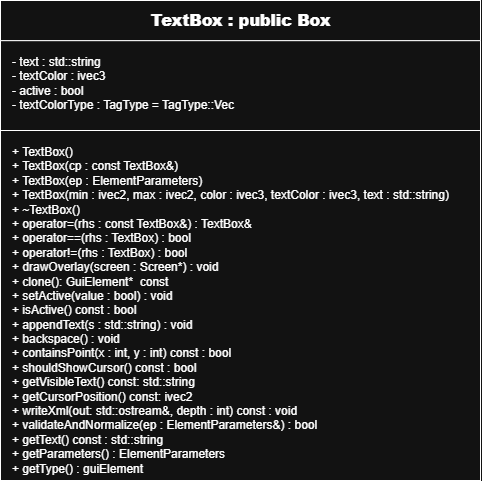
Before: images/TextBox_UML.png, a diagram exported from draw.io (cgreen2048/ArtHuddle). Source tidied: cells renumbered, new cells last; positions are measured from the earlier drawing's top-left corner, leaving out a move shared by most shapes.
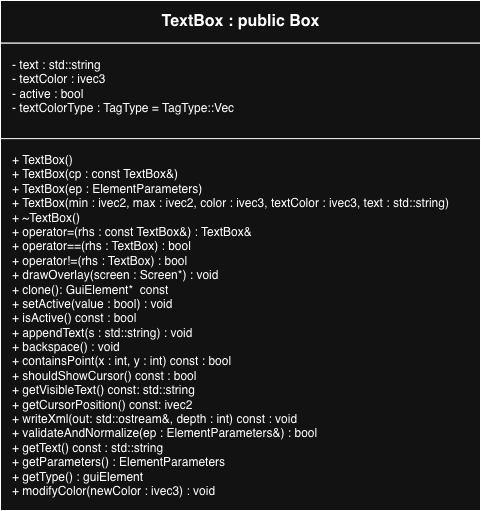
After the change.

What changed in the source:
```diff
@@ -3,16 +3,16 @@
     <mxCell id="0" />
     <mxCell id="1" parent="0" />
     <mxCell id="2" style="shape=rectangle;whiteSpace=wrap;html=1;" parent="1" vertex="1">
-      <mxGeometry width="480" height="480" as="geometry" />
+      <mxGeometry width="480" height="510" as="geometry" />
     </mxCell>
     <mxCell id="3" value="&lt;b&gt;TextBox : public Box&lt;/b&gt;" style="shape=rectangle;html=1;align=center;verticalAlign=middle;fontStyle=1;fontSize=16;" parent="2" vertex="1">
-      <mxGeometry width="480" height="40.2" as="geometry" />
+      <mxGeometry width="480" height="42.7" as="geometry" />
     </mxCell>
     <mxCell id="4" value=" - text : std::string&#10; - textColor : ivec3&#10; - active : bool&#10; - textColorType : TagType = TagType::Vec         " style="shape=rectangle;html=1;align=left;verticalAlign=top;spacingLeft=10;spacingTop=8;" parent="2" vertex="1">
-      <mxGeometry y="40.2" width="480" height="109.8" as="geometry" />
+      <mxGeometry y="42.7" width="480" height="116.7" as="geometry" />
     </mxCell>
-    <mxCell id="5" value=" + TextBox()&lt;br&gt; + TextBox(cp : const TextBox&amp;amp;)&lt;br&gt; + TextBox(ep : ElementParameters)&lt;br&gt; + TextBox(min : ivec2, max : ivec2, color : ivec3, textColor : ivec3, text : std::string)&lt;br&gt; + ~TextBox()&lt;br&gt; + operator=(rhs : const TextBox&amp;amp;) : TextBox&amp;amp;&lt;br&gt; + operator==(rhs : TextBox) : bool&lt;br&gt; + operator!=(rhs : TextBox) : bool&lt;br&gt; + drawOverlay(screen : Screen*) : void&lt;div&gt;+&amp;nbsp;&lt;span style=&quot;white-space: normal;&quot;&gt;clone(): GuiElement*&amp;nbsp; const&lt;/span&gt;&lt;br&gt; + setActive(value : bool) : void&lt;br&gt; + isActive() const : bool&lt;br&gt; + appendText(s : std::string) : void&lt;br&gt; + backspace() : void&lt;br&gt; + containsPoint(x : int, y : int) const : bool&lt;br&gt; + shouldShowCursor() const : bool&lt;br&gt; + getVisibleText() const: std::string&lt;br&gt; + getCursorPosition() const: ivec2&lt;br&gt; + writeXml(out: std::ostream&amp;amp;, depth : int) const : void&lt;br&gt; + validateAndNormalize(ep : ElementParameters&amp;amp;) : bool&lt;br&gt; + getText() const : std::string&lt;div&gt;+ getParameters() : ElementParameters&lt;/div&gt;&lt;div&gt;+ getType() : guiElement&lt;/div&gt;&lt;/div&gt;" style="shape=rectangle;html=1;align=left;verticalAlign=top;spacingLeft=10;spacingTop=8;" parent="2" vertex="1">
-      <mxGeometry y="130" width="480" height="350" as="geometry" />
+    <mxCell id="5" value=" + TextBox()&lt;br&gt; + TextBox(cp : const TextBox&amp;amp;)&lt;br&gt; + TextBox(ep : ElementParameters)&lt;br&gt; + TextBox(min : ivec2, max : ivec2, color : ivec3, textColor : ivec3, text : std::string)&lt;br&gt; + ~TextBox()&lt;br&gt; + operator=(rhs : const TextBox&amp;amp;) : TextBox&amp;amp;&lt;br&gt; + operator==(rhs : TextBox) : bool&lt;br&gt; + operator!=(rhs : TextBox) : bool&lt;br&gt; + drawOverlay(screen : Screen*) : void&lt;div&gt;+&amp;nbsp;&lt;span style=&quot;white-space: normal;&quot;&gt;clone(): GuiElement*&amp;nbsp; const&lt;/span&gt;&lt;br&gt; + setActive(value : bool) : void&lt;br&gt; + isActive() const : bool&lt;br&gt; + appendText(s : std::string) : void&lt;br&gt; + backspace() : void&lt;br&gt; + containsPoint(x : int, y : int) const : bool&lt;br&gt; + shouldShowCursor() const : bool&lt;br&gt; + getVisibleText() const: std::string&lt;br&gt; + getCursorPosition() const: ivec2&lt;br&gt; + writeXml(out: std::ostream&amp;amp;, depth : int) const : void&lt;br&gt; + validateAndNormalize(ep : ElementParameters&amp;amp;) : bool&lt;br&gt; + getText() const : std::string&lt;div&gt;+ getParameters() : ElementParameters&lt;/div&gt;&lt;div&gt;+ getType() : guiElement&lt;/div&gt;&lt;/div&gt;&lt;div&gt;&lt;div&gt;+ modifyColor(newColor : ivec3) : void&lt;/div&gt;&lt;/div&gt;" style="shape=rectangle;html=1;align=left;verticalAlign=top;spacingLeft=10;spacingTop=8;" parent="2" vertex="1">
+      <mxGeometry y="138.1" width="480" height="371.9" as="geometry" />
     </mxCell>
   </root>
 </mxGraphModel>
```
